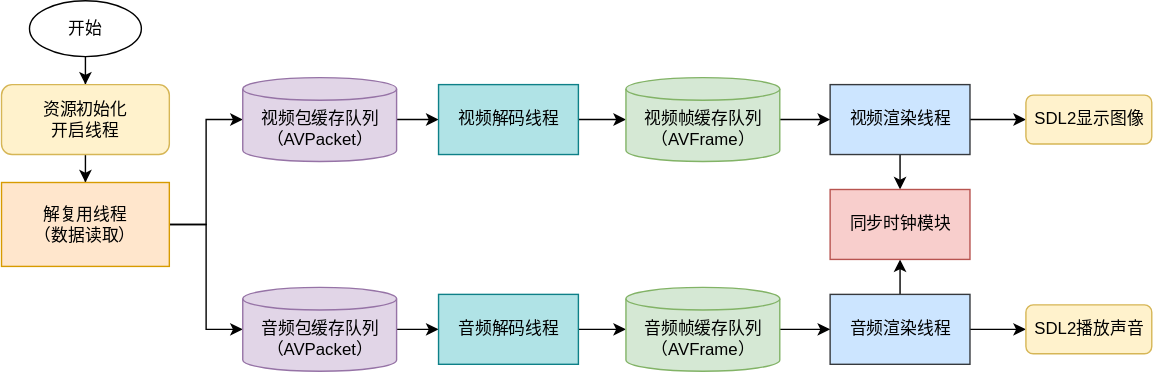
The draw.io diagram docs/assets/pic2-basic_architecture.svg in Ko-vey/SDLplayerCore, before a commit. Source tidied: cells renumbered, new cells last; positions are measured from the earlier drawing's top-left corner, leaving out a move shared by most shapes. Its diagram source:
```xml
<mxGraphModel>
  <root>
    <mxCell id="0" />
    <mxCell id="1" parent="0" />
    <mxCell id="2" style="edgeStyle=orthogonalEdgeStyle;rounded=0;jettySize=auto;html=1;" parent="1" edge="1" source="3" target="5">
      <mxGeometry relative="1" as="geometry" />
    </mxCell>
    <mxCell id="3" value="开始" style="ellipse;whiteSpace=wrap;html=1;" parent="1" vertex="1">
      <mxGeometry x="20" width="80" height="40" as="geometry" />
    </mxCell>
    <mxCell id="4" style="edgeStyle=orthogonalEdgeStyle;rounded=0;jettySize=auto;html=1;" parent="1" edge="1" source="5" target="8">
      <mxGeometry relative="1" as="geometry" />
    </mxCell>
    <mxCell id="5" value="资源初始化&lt;br&gt;开启线程" style="rounded=1;whiteSpace=wrap;html=1;fillColor=#fff2cc;strokeColor=#d6b656;align=center;" parent="1" vertex="1">
      <mxGeometry y="60" width="120" height="50" as="geometry" />
    </mxCell>
    <mxCell id="6" style="edgeStyle=orthogonalEdgeStyle;rounded=0;jettySize=auto;html=1;entryX=0;entryY=0.5;entryDx=0;entryDy=0;entryPerimeter=0;" parent="1" edge="1" source="8" target="10">
      <mxGeometry relative="1" as="geometry" />
    </mxCell>
    <mxCell id="7" style="edgeStyle=orthogonalEdgeStyle;rounded=0;jettySize=auto;html=1;entryX=0;entryY=0.5;entryDx=0;entryDy=0;entryPerimeter=0;" parent="1" edge="1" source="8" target="20">
      <mxGeometry relative="1" as="geometry" />
    </mxCell>
    <mxCell id="8" value="解复用线程&lt;br&gt;（数据读取）" style="rounded=0;whiteSpace=wrap;html=1;fillColor=#ffe6cc;strokeColor=#d79b00;" parent="1" vertex="1">
      <mxGeometry y="130" width="120" height="60" as="geometry" />
    </mxCell>
    <mxCell id="9" style="edgeStyle=orthogonalEdgeStyle;rounded=0;jettySize=auto;html=1;" parent="1" edge="1" source="10" target="16">
      <mxGeometry relative="1" as="geometry" />
    </mxCell>
    <mxCell id="10" value="视频包缓存队列（AVPacket）" style="shape=cylinder3;whiteSpace=wrap;html=1;boundedLbl=1;backgroundOutline=1;size=8.095238095238102;fillColor=#e1d5e7;strokeColor=#9673a6;" parent="1" vertex="1">
      <mxGeometry x="172.5" y="55" width="110" height="60" as="geometry" />
    </mxCell>
    <mxCell id="11" style="edgeStyle=orthogonalEdgeStyle;rounded=0;jettySize=auto;html=1;" parent="1" edge="1" source="13" target="14">
      <mxGeometry relative="1" as="geometry" />
    </mxCell>
    <mxCell id="12" style="edgeStyle=orthogonalEdgeStyle;rounded=0;jettySize=auto;html=1;entryX=0.5;entryY=0;entryDx=0;entryDy=0;" parent="1" edge="1" source="13" target="29">
      <mxGeometry relative="1" as="geometry" />
    </mxCell>
    <mxCell id="13" value="视频渲染线程" style="rounded=0;whiteSpace=wrap;html=1;fillColor=#cce5ff;strokeColor=#36393d;" parent="1" vertex="1">
      <mxGeometry x="592.5" y="60" width="100" height="50" as="geometry" />
    </mxCell>
    <mxCell id="14" value="SDL2显示图像" style="rounded=1;whiteSpace=wrap;html=1;shadow=0;fillColor=#fff2cc;strokeColor=#d6b656;" parent="1" vertex="1">
      <mxGeometry x="732.5" y="67.5" width="90" height="35" as="geometry" />
    </mxCell>
    <mxCell id="15" style="edgeStyle=orthogonalEdgeStyle;rounded=0;jettySize=auto;html=1;" parent="1" edge="1" source="16" target="18">
      <mxGeometry relative="1" as="geometry" />
    </mxCell>
    <mxCell id="16" value="视频解码线程" style="rounded=0;whiteSpace=wrap;html=1;fillColor=#b0e3e6;strokeColor=#0e8088;" parent="1" vertex="1">
      <mxGeometry x="312.5" y="60" width="100" height="50" as="geometry" />
    </mxCell>
    <mxCell id="17" style="edgeStyle=orthogonalEdgeStyle;rounded=0;jettySize=auto;html=1;" parent="1" edge="1" source="18" target="13">
      <mxGeometry relative="1" as="geometry" />
    </mxCell>
    <mxCell id="18" value="视频帧缓存队列（AVFrame）" style="shape=cylinder3;whiteSpace=wrap;html=1;boundedLbl=1;backgroundOutline=1;size=8.095238095238102;fillColor=#d5e8d4;strokeColor=#82b366;" parent="1" vertex="1">
      <mxGeometry x="446.5" y="55" width="110" height="60" as="geometry" />
    </mxCell>
    <mxCell id="19" style="edgeStyle=orthogonalEdgeStyle;rounded=0;jettySize=auto;html=1;" parent="1" edge="1" source="20" target="26">
      <mxGeometry relative="1" as="geometry" />
    </mxCell>
    <mxCell id="20" value="音频包缓存队列（AVPacket）" style="shape=cylinder3;whiteSpace=wrap;html=1;boundedLbl=1;backgroundOutline=1;size=8.095238095238102;fillColor=#e1d5e7;strokeColor=#9673a6;" parent="1" vertex="1">
      <mxGeometry x="172.5" y="205" width="110" height="60" as="geometry" />
    </mxCell>
    <mxCell id="21" style="edgeStyle=orthogonalEdgeStyle;rounded=0;jettySize=auto;html=1;" parent="1" edge="1" source="23" target="24">
      <mxGeometry relative="1" as="geometry" />
    </mxCell>
    <mxCell id="22" style="edgeStyle=orthogonalEdgeStyle;rounded=0;jettySize=auto;html=1;entryX=0.5;entryY=1;entryDx=0;entryDy=0;" parent="1" edge="1" source="23" target="29">
      <mxGeometry relative="1" as="geometry" />
    </mxCell>
    <mxCell id="23" value="音频渲染线程" style="rounded=0;whiteSpace=wrap;html=1;fillColor=#cce5ff;strokeColor=#36393d;" parent="1" vertex="1">
      <mxGeometry x="592.5" y="210" width="100" height="50" as="geometry" />
    </mxCell>
    <mxCell id="24" value="SDL2播放声音" style="rounded=1;whiteSpace=wrap;html=1;shadow=0;fillColor=#fff2cc;strokeColor=#d6b656;" parent="1" vertex="1">
      <mxGeometry x="732.5" y="217.5" width="90" height="35" as="geometry" />
    </mxCell>
    <mxCell id="25" style="edgeStyle=orthogonalEdgeStyle;rounded=0;jettySize=auto;html=1;" parent="1" edge="1" source="26" target="28">
      <mxGeometry relative="1" as="geometry" />
    </mxCell>
    <mxCell id="26" value="音频解码线程" style="rounded=0;whiteSpace=wrap;html=1;fillColor=#b0e3e6;strokeColor=#0e8088;" parent="1" vertex="1">
      <mxGeometry x="312.5" y="210" width="100" height="50" as="geometry" />
    </mxCell>
    <mxCell id="27" style="edgeStyle=orthogonalEdgeStyle;rounded=0;jettySize=auto;html=1;" parent="1" edge="1" source="28" target="23">
      <mxGeometry relative="1" as="geometry" />
    </mxCell>
    <mxCell id="28" value="音频帧缓存队列（AVFrame）" style="shape=cylinder3;whiteSpace=wrap;html=1;boundedLbl=1;backgroundOutline=1;size=8.095238095238102;fillColor=#d5e8d4;strokeColor=#82b366;" parent="1" vertex="1">
      <mxGeometry x="446.5" y="205" width="110" height="60" as="geometry" />
    </mxCell>
    <mxCell id="29" value="同步时钟模块" style="rounded=0;whiteSpace=wrap;html=1;fillColor=#f8cecc;strokeColor=#b85450;" parent="1" vertex="1">
      <mxGeometry x="592.5" y="135" width="100" height="50" as="geometry" />
    </mxCell>
  </root>
</mxGraphModel>
```
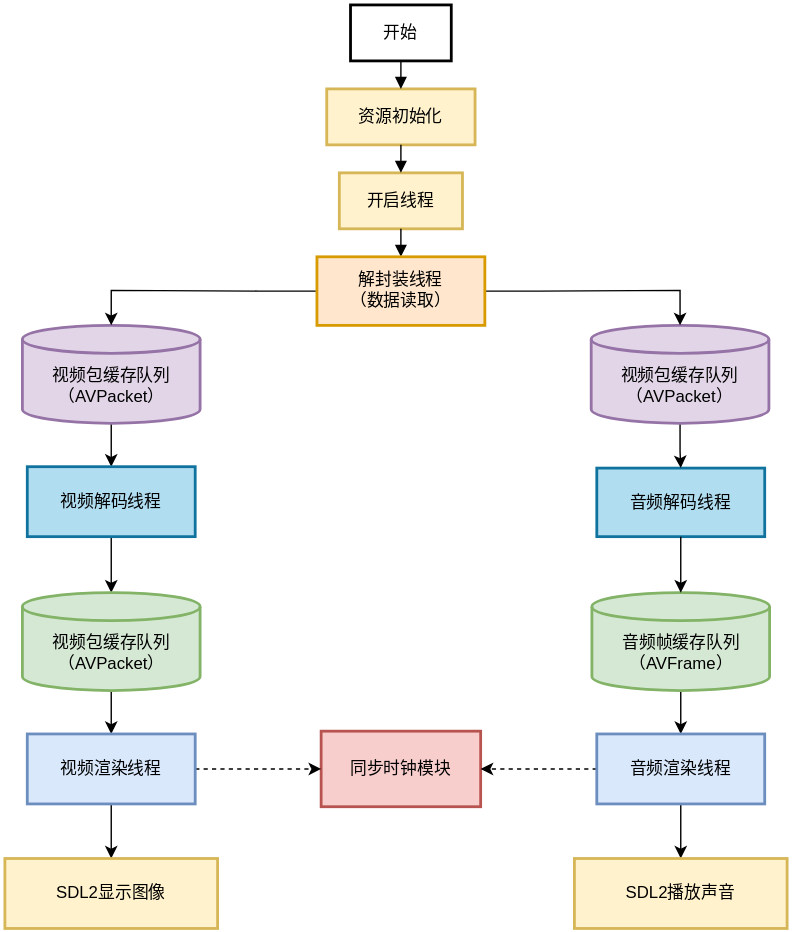
Above is the later version.

Commit message:
design.md修改基本架构图文件

Diff of the diagram source:
```diff
@@ -2,89 +2,105 @@
   <root>
     <mxCell id="0" />
     <mxCell id="1" parent="0" />
-    <mxCell id="2" style="edgeStyle=orthogonalEdgeStyle;rounded=0;jettySize=auto;html=1;" parent="1" edge="1" source="3" target="5">
-      <mxGeometry relative="1" as="geometry" />
-    </mxCell>
-    <mxCell id="3" value="开始" style="ellipse;whiteSpace=wrap;html=1;" parent="1" vertex="1">
-      <mxGeometry x="20" width="80" height="40" as="geometry" />
+    <mxCell id="3" value="开始" style="whiteSpace=wrap;strokeWidth=2;" parent="1" vertex="1">
+      <mxGeometry x="298" y="-20" width="72" height="40" as="geometry" />
     </mxCell>
-    <mxCell id="4" style="edgeStyle=orthogonalEdgeStyle;rounded=0;jettySize=auto;html=1;" parent="1" edge="1" source="5" target="8">
-      <mxGeometry relative="1" as="geometry" />
-    </mxCell>
-    <mxCell id="5" value="资源初始化&lt;br&gt;开启线程" style="rounded=1;whiteSpace=wrap;html=1;fillColor=#fff2cc;strokeColor=#d6b656;align=center;" parent="1" vertex="1">
-      <mxGeometry y="60" width="120" height="50" as="geometry" />
-    </mxCell>
-    <mxCell id="6" style="edgeStyle=orthogonalEdgeStyle;rounded=0;jettySize=auto;html=1;entryX=0;entryY=0.5;entryDx=0;entryDy=0;entryPerimeter=0;" parent="1" edge="1" source="8" target="10">
-      <mxGeometry relative="1" as="geometry" />
-    </mxCell>
-    <mxCell id="7" style="edgeStyle=orthogonalEdgeStyle;rounded=0;jettySize=auto;html=1;entryX=0;entryY=0.5;entryDx=0;entryDy=0;entryPerimeter=0;" parent="1" edge="1" source="8" target="20">
-      <mxGeometry relative="1" as="geometry" />
-    </mxCell>
-    <mxCell id="8" value="解复用线程&lt;br&gt;（数据读取）" style="rounded=0;whiteSpace=wrap;html=1;fillColor=#ffe6cc;strokeColor=#d79b00;" parent="1" vertex="1">
-      <mxGeometry y="130" width="120" height="60" as="geometry" />
-    </mxCell>
-    <mxCell id="9" style="edgeStyle=orthogonalEdgeStyle;rounded=0;jettySize=auto;html=1;" parent="1" edge="1" source="10" target="16">
-      <mxGeometry relative="1" as="geometry" />
-    </mxCell>
-    <mxCell id="10" value="视频包缓存队列（AVPacket）" style="shape=cylinder3;whiteSpace=wrap;html=1;boundedLbl=1;backgroundOutline=1;size=8.095238095238102;fillColor=#e1d5e7;strokeColor=#9673a6;" parent="1" vertex="1">
-      <mxGeometry x="172.5" y="55" width="110" height="60" as="geometry" />
-    </mxCell>
+    <mxCell id="30" value="资源初始化" style="whiteSpace=wrap;strokeWidth=2;fillColor=#fff2cc;strokeColor=#d6b656;" parent="1" vertex="1">
+      <mxGeometry x="281" y="40" width="106" height="40" as="geometry" />
+    </mxCell>
+    <mxCell id="31" value="开启线程" style="whiteSpace=wrap;strokeWidth=2;fillColor=#fff2cc;strokeColor=#d6b656;" parent="1" vertex="1">
+      <mxGeometry x="290" y="100" width="88" height="40" as="geometry" />
+    </mxCell>
+    <mxCell id="32" style="edgeStyle=orthogonalEdgeStyle;rounded=0;jettySize=auto;html=1;" parent="1" edge="1" source="33" target="16">
+      <mxGeometry relative="1" as="geometry" />
+    </mxCell>
+    <mxCell id="33" value="视频包缓存队列&#10;（AVPacket）" style="shape=cylinder3;boundedLbl=1;backgroundOutline=1;size=10;strokeWidth=2;whiteSpace=wrap;fillColor=#e1d5e7;strokeColor=#9673a6;" parent="1" vertex="1">
+      <mxGeometry x="63.5" y="209" width="127" height="70" as="geometry" />
+    </mxCell>
+    <mxCell id="34" style="edgeStyle=orthogonalEdgeStyle;rounded=0;jettySize=auto;html=1;" parent="1" edge="1" source="16" target="41">
+      <mxGeometry relative="1" as="geometry" />
+    </mxCell>
+    <mxCell id="16" value="视频解码线程" style="whiteSpace=wrap;strokeWidth=2;fillColor=#b1ddf0;strokeColor=#10739e;" parent="1" vertex="1">
+      <mxGeometry x="67" y="310" width="120" height="50" as="geometry" />
+    </mxCell>
+    <mxCell id="29" value="同步时钟模块" style="whiteSpace=wrap;strokeWidth=2;fillColor=#f8cecc;strokeColor=#b85450;" parent="1" vertex="1">
+      <mxGeometry x="277" y="499" width="114" height="54" as="geometry" />
+    </mxCell>
+    <mxCell id="26" value="音频解码线程" style="whiteSpace=wrap;strokeWidth=2;fillColor=#b1ddf0;strokeColor=#10739e;" parent="1" vertex="1">
+      <mxGeometry x="474" y="311" width="120" height="49" as="geometry" />
+    </mxCell>
+    <mxCell id="35" style="curved=1;startArrow=none;endArrow=block;exitX=0.5;exitY=1;entryX=0.5;entryY=0;rounded=0;" parent="1" edge="1" source="3" target="30">
+      <mxGeometry relative="1" as="geometry" />
+    </mxCell>
+    <mxCell id="36" style="curved=1;startArrow=none;endArrow=block;exitX=0.5;exitY=1;entryX=0.5;entryY=0;rounded=0;" parent="1" edge="1" source="30" target="31">
+      <mxGeometry relative="1" as="geometry" />
+    </mxCell>
+    <mxCell id="37" style="curved=1;startArrow=none;endArrow=block;exitX=0.5;exitY=1;rounded=0;" parent="1" edge="1" source="31" target="44">
+      <mxGeometry relative="1" as="geometry" />
+    </mxCell>
+    <mxCell id="38" style="edgeStyle=orthogonalEdgeStyle;rounded=0;jettySize=auto;html=1;" parent="1" edge="1" source="39" target="26">
+      <mxGeometry relative="1" as="geometry" />
+    </mxCell>
+    <mxCell id="39" value="视频包缓存队列&#10;（AVPacket）" style="shape=cylinder3;boundedLbl=1;backgroundOutline=1;size=10;strokeWidth=2;whiteSpace=wrap;fillColor=#e1d5e7;strokeColor=#9673a6;" parent="1" vertex="1">
+      <mxGeometry x="470" y="209" width="127" height="70" as="geometry" />
+    </mxCell>
+    <mxCell id="40" style="edgeStyle=orthogonalEdgeStyle;rounded=0;jettySize=auto;html=1;" parent="1" edge="1" source="41" target="13">
+      <mxGeometry relative="1" as="geometry" />
+    </mxCell>
+    <mxCell id="41" value="视频包缓存队列&#10;（AVPacket）" style="shape=cylinder3;boundedLbl=1;backgroundOutline=1;size=10;strokeWidth=2;whiteSpace=wrap;fillColor=#d5e8d4;strokeColor=#82b366;" parent="1" vertex="1">
+      <mxGeometry x="63.5" y="400" width="127" height="70" as="geometry" />
+    </mxCell>
+    <mxCell id="42" style="edgeStyle=orthogonalEdgeStyle;rounded=0;jettySize=auto;html=1;" parent="1" edge="1" source="44" target="39">
+      <mxGeometry relative="1" as="geometry">
+        <Array as="points">
+          <mxPoint x="432" y="184" />
+          <mxPoint x="534" y="184" />
+        </Array>
+      </mxGeometry>
+    </mxCell>
+    <mxCell id="43" style="edgeStyle=orthogonalEdgeStyle;rounded=0;jettySize=auto;html=1;" parent="1" edge="1" source="44" target="33">
+      <mxGeometry relative="1" as="geometry">
+        <Array as="points">
+          <mxPoint x="232" y="184" />
+          <mxPoint x="127" y="184" />
+        </Array>
+      </mxGeometry>
+    </mxCell>
+    <mxCell id="44" value="解封装线程&#10;（数据读取）" style="whiteSpace=wrap;strokeWidth=2;fillColor=#ffe6cc;strokeColor=#d79b00;" parent="1" vertex="1">
+      <mxGeometry x="274" y="160" width="120" height="49" as="geometry" />
+    </mxCell>
+    <mxCell id="45" style="edgeStyle=orthogonalEdgeStyle;rounded=0;jettySize=auto;html=1;" parent="1" edge="1" source="46" target="23">
+      <mxGeometry relative="1" as="geometry" />
+    </mxCell>
+    <mxCell id="46" value="音频帧缓存队列&#10;（AVFrame）" style="shape=cylinder3;boundedLbl=1;backgroundOutline=1;size=10;strokeWidth=2;whiteSpace=wrap;fillColor=#d5e8d4;strokeColor=#82b366;" parent="1" vertex="1">
+      <mxGeometry x="470.5" y="400" width="127" height="70" as="geometry" />
+    </mxCell>
+    <mxCell id="47" style="edgeStyle=orthogonalEdgeStyle;rounded=0;jettySize=auto;html=1;entryX=0.5;entryY=0;entryDx=0;entryDy=0;entryPerimeter=0;" parent="1" edge="1" source="26" target="46">
+      <mxGeometry relative="1" as="geometry" />
+    </mxCell>
+    <mxCell id="12" style="edgeStyle=orthogonalEdgeStyle;rounded=0;jettySize=auto;html=1;dashed=1;" parent="1" edge="1" source="13" target="29">
+      <mxGeometry relative="1" as="geometry" />
+    </mxCell>
     <mxCell id="11" style="edgeStyle=orthogonalEdgeStyle;rounded=0;jettySize=auto;html=1;" parent="1" edge="1" source="13" target="14">
       <mxGeometry relative="1" as="geometry" />
     </mxCell>
-    <mxCell id="12" style="edgeStyle=orthogonalEdgeStyle;rounded=0;jettySize=auto;html=1;entryX=0.5;entryY=0;entryDx=0;entryDy=0;" parent="1" edge="1" source="13" target="29">
-      <mxGeometry relative="1" as="geometry" />
-    </mxCell>
-    <mxCell id="13" value="视频渲染线程" style="rounded=0;whiteSpace=wrap;html=1;fillColor=#cce5ff;strokeColor=#36393d;" parent="1" vertex="1">
-      <mxGeometry x="592.5" y="60" width="100" height="50" as="geometry" />
+    <mxCell id="13" value="视频渲染线程" style="whiteSpace=wrap;strokeWidth=2;fillColor=#dae8fc;strokeColor=#6c8ebf;" parent="1" vertex="1">
+      <mxGeometry x="67" y="501" width="120" height="50" as="geometry" />
     </mxCell>
+    <mxCell id="22" style="edgeStyle=orthogonalEdgeStyle;rounded=0;jettySize=auto;html=1;dashed=1;" parent="1" edge="1" source="23" target="29">
+      <mxGeometry relative="1" as="geometry" />
+    </mxCell>
+    <mxCell id="21" style="edgeStyle=orthogonalEdgeStyle;rounded=0;jettySize=auto;html=1;" parent="1" edge="1" source="23" target="24">
+      <mxGeometry relative="1" as="geometry" />
+    </mxCell>
+    <mxCell id="23" value="音频渲染线程" style="whiteSpace=wrap;strokeWidth=2;fillColor=#dae8fc;strokeColor=#6c8ebf;" parent="1" vertex="1">
+      <mxGeometry x="474" y="501" width="120" height="50" as="geometry" />
+    </mxCell>
-    <mxCell id="14" value="SDL2显示图像" style="rounded=1;whiteSpace=wrap;html=1;shadow=0;fillColor=#fff2cc;strokeColor=#d6b656;" parent="1" vertex="1">
-      <mxGeometry x="732.5" y="67.5" width="90" height="35" as="geometry" />
+    <mxCell id="14" value="SDL2显示图像" style="whiteSpace=wrap;strokeWidth=2;fillColor=#fff2cc;strokeColor=#d6b656;" parent="1" vertex="1">
+      <mxGeometry x="51" y="590" width="152" height="50" as="geometry" />
     </mxCell>
-    <mxCell id="15" style="edgeStyle=orthogonalEdgeStyle;rounded=0;jettySize=auto;html=1;" parent="1" edge="1" source="16" target="18">
-      <mxGeometry relative="1" as="geometry" />
-    </mxCell>
-    <mxCell id="16" value="视频解码线程" style="rounded=0;whiteSpace=wrap;html=1;fillColor=#b0e3e6;strokeColor=#0e8088;" parent="1" vertex="1">
-      <mxGeometry x="312.5" y="60" width="100" height="50" as="geometry" />
-    </mxCell>
-    <mxCell id="17" style="edgeStyle=orthogonalEdgeStyle;rounded=0;jettySize=auto;html=1;" parent="1" edge="1" source="18" target="13">
-      <mxGeometry relative="1" as="geometry" />
-    </mxCell>
-    <mxCell id="18" value="视频帧缓存队列（AVFrame）" style="shape=cylinder3;whiteSpace=wrap;html=1;boundedLbl=1;backgroundOutline=1;size=8.095238095238102;fillColor=#d5e8d4;strokeColor=#82b366;" parent="1" vertex="1">
-      <mxGeometry x="446.5" y="55" width="110" height="60" as="geometry" />
-    </mxCell>
-    <mxCell id="19" style="edgeStyle=orthogonalEdgeStyle;rounded=0;jettySize=auto;html=1;" parent="1" edge="1" source="20" target="26">
-      <mxGeometry relative="1" as="geometry" />
-    </mxCell>
-    <mxCell id="20" value="音频包缓存队列（AVPacket）" style="shape=cylinder3;whiteSpace=wrap;html=1;boundedLbl=1;backgroundOutline=1;size=8.095238095238102;fillColor=#e1d5e7;strokeColor=#9673a6;" parent="1" vertex="1">
-      <mxGeometry x="172.5" y="205" width="110" height="60" as="geometry" />
-    </mxCell>
-    <mxCell id="21" style="edgeStyle=orthogonalEdgeStyle;rounded=0;jettySize=auto;html=1;" parent="1" edge="1" source="23" target="24">
-      <mxGeometry relative="1" as="geometry" />
-    </mxCell>
-    <mxCell id="22" style="edgeStyle=orthogonalEdgeStyle;rounded=0;jettySize=auto;html=1;entryX=0.5;entryY=1;entryDx=0;entryDy=0;" parent="1" edge="1" source="23" target="29">
-      <mxGeometry relative="1" as="geometry" />
-    </mxCell>
-    <mxCell id="23" value="音频渲染线程" style="rounded=0;whiteSpace=wrap;html=1;fillColor=#cce5ff;strokeColor=#36393d;" parent="1" vertex="1">
-      <mxGeometry x="592.5" y="210" width="100" height="50" as="geometry" />
-    </mxCell>
-    <mxCell id="24" value="SDL2播放声音" style="rounded=1;whiteSpace=wrap;html=1;shadow=0;fillColor=#fff2cc;strokeColor=#d6b656;" parent="1" vertex="1">
-      <mxGeometry x="732.5" y="217.5" width="90" height="35" as="geometry" />
+    <mxCell id="24" value="SDL2播放声音" style="whiteSpace=wrap;strokeWidth=2;fillColor=#fff2cc;strokeColor=#d6b656;" parent="1" vertex="1">
+      <mxGeometry x="458" y="590" width="152" height="50" as="geometry" />
     </mxCell>
-    <mxCell id="25" style="edgeStyle=orthogonalEdgeStyle;rounded=0;jettySize=auto;html=1;" parent="1" edge="1" source="26" target="28">
-      <mxGeometry relative="1" as="geometry" />
-    </mxCell>
-    <mxCell id="26" value="音频解码线程" style="rounded=0;whiteSpace=wrap;html=1;fillColor=#b0e3e6;strokeColor=#0e8088;" parent="1" vertex="1">
-      <mxGeometry x="312.5" y="210" width="100" height="50" as="geometry" />
-    </mxCell>
-    <mxCell id="27" style="edgeStyle=orthogonalEdgeStyle;rounded=0;jettySize=auto;html=1;" parent="1" edge="1" source="28" target="23">
-      <mxGeometry relative="1" as="geometry" />
-    </mxCell>
-    <mxCell id="28" value="音频帧缓存队列（AVFrame）" style="shape=cylinder3;whiteSpace=wrap;html=1;boundedLbl=1;backgroundOutline=1;size=8.095238095238102;fillColor=#d5e8d4;strokeColor=#82b366;" parent="1" vertex="1">
-      <mxGeometry x="446.5" y="205" width="110" height="60" as="geometry" />
-    </mxCell>
-    <mxCell id="29" value="同步时钟模块" style="rounded=0;whiteSpace=wrap;html=1;fillColor=#f8cecc;strokeColor=#b85450;" parent="1" vertex="1">
-      <mxGeometry x="592.5" y="135" width="100" height="50" as="geometry" />
-    </mxCell>
   </root>
 </mxGraphModel>
```
